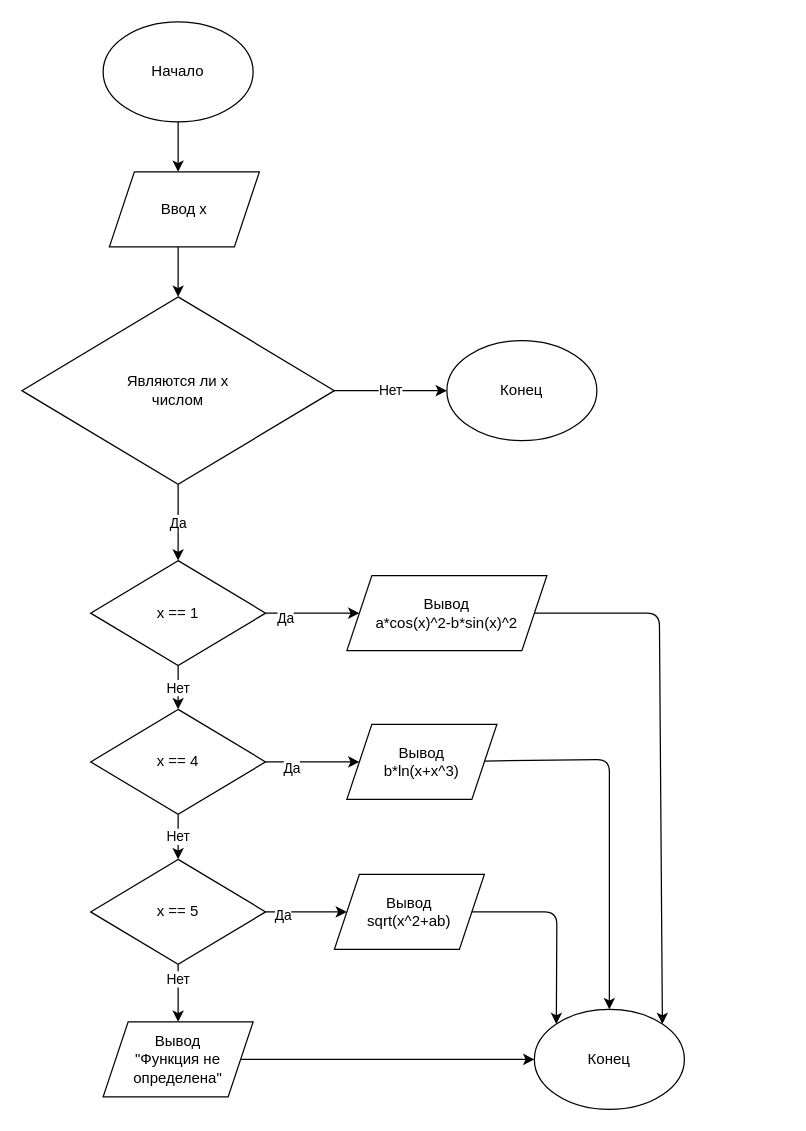
The draw.io diagram LR3/task_4.drawio in k0rshik/korshikov_pie_33_0, before the edit. Source tidied: cells renumbered, new cells numbered last; positions are measured from the earlier drawing's top-left corner, leaving out a move shared by most shapes. Both pictures are drawn from the tidied source at 125%, with x=0, y=0 at pixel (21, 21).
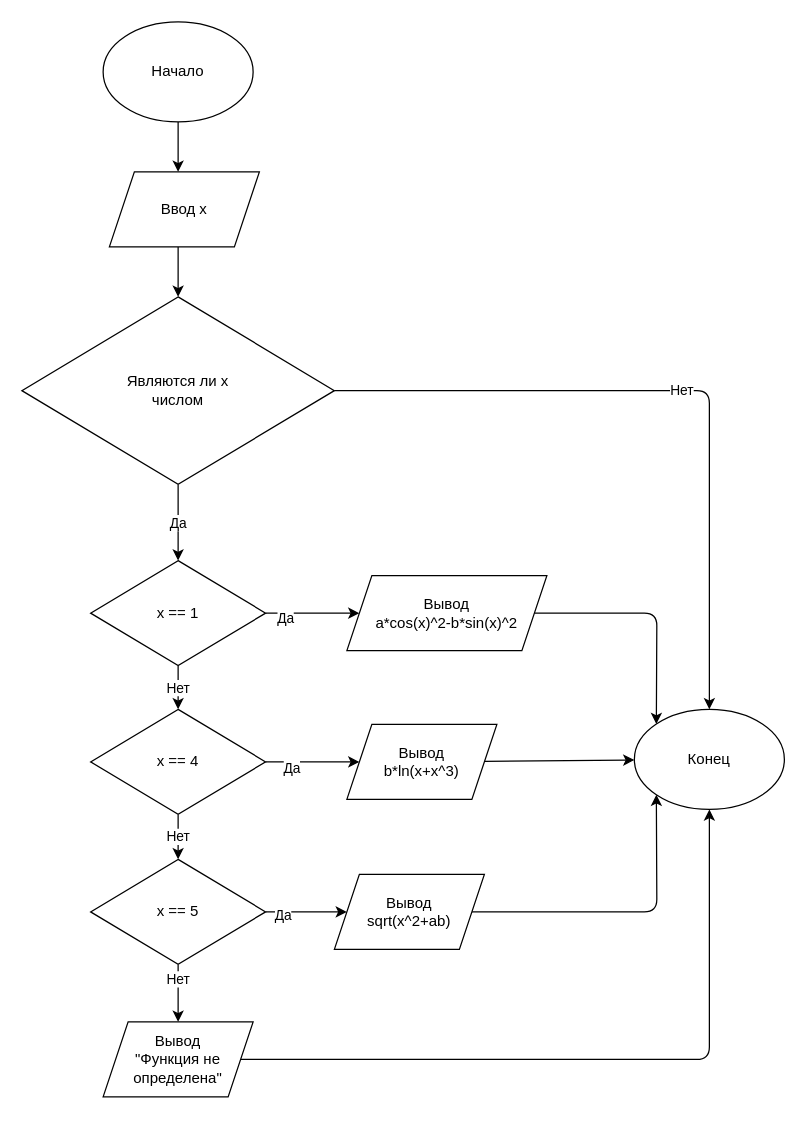
Above is the later version.

The change refers to these unchanged cells:
```xml
<mxCell id="6" value="Являются ли x&lt;br&gt;числом" style="rhombus;whiteSpace=wrap;html=1;" parent="1" vertex="1">
  <mxGeometry y="220" width="250" height="150" as="geometry" />
</mxCell>
<mxCell id="15" value="Вывод &lt;br&gt;a*cos(x)^2-b*sin(x)^2" style="shape=parallelogram;perimeter=parallelogramPerimeter;whiteSpace=wrap;html=1;fixedSize=1;" parent="1" vertex="1">
  <mxGeometry x="260" y="443" width="160" height="60" as="geometry" />
</mxCell>
<mxCell id="17" value="Вывод&lt;br&gt;sqrt(x^2+ab)" style="shape=parallelogram;perimeter=parallelogramPerimeter;whiteSpace=wrap;html=1;fixedSize=1;" parent="1" vertex="1">
  <mxGeometry x="250" y="682" width="120" height="60" as="geometry" />
</mxCell>
<mxCell id="19" value="Вывод&lt;br&gt;b*ln(x+x^3)" style="shape=parallelogram;perimeter=parallelogramPerimeter;whiteSpace=wrap;html=1;fixedSize=1;" parent="1" vertex="1">
  <mxGeometry x="260" y="562" width="120" height="60" as="geometry" />
</mxCell>
<mxCell id="30" value="Вывод&lt;br&gt;&quot;Функция не определена&quot;" style="shape=parallelogram;perimeter=parallelogramPerimeter;whiteSpace=wrap;html=1;fixedSize=1;" parent="1" vertex="1">
  <mxGeometry x="65" y="800" width="120" height="60" as="geometry" />
</mxCell>
```

Change to the diagram source:
```diff
@@
-    <mxCell id="4" value="Нет" style="edgeStyle=none;html=1;entryX=0;entryY=0.5;entryDx=0;entryDy=0;" parent="1" edge="1" source="6" target="8">
-      <mxGeometry relative="1" as="geometry" />
+    <mxCell id="4" value="Нет" style="edgeStyle=none;html=1;entryX=0.5;entryY=0;entryDx=0;entryDy=0;" parent="1" edge="1" source="6" target="31">
+      <mxGeometry relative="1" as="geometry">
+        <Array as="points">
+          <mxPoint x="550" y="295" />
+        </Array>
+      </mxGeometry>
     </mxCell>
@@
-    <mxCell id="8" value="Конец" style="ellipse;whiteSpace=wrap;html=1;" parent="1" vertex="1">
-      <mxGeometry x="340" y="255" width="120" height="80" as="geometry" />
-    </mxCell>
@@
-    <mxCell id="14" style="edgeStyle=none;html=1;entryX=1;entryY=0;entryDx=0;entryDy=0;" parent="1" edge="1" source="15" target="31">
+    <mxCell id="14" style="edgeStyle=none;html=1;entryX=0;entryY=0;entryDx=0;entryDy=0;" parent="1" edge="1" source="15" target="31">
       <mxGeometry relative="1" as="geometry">
         <Array as="points">
-          <mxPoint x="510" y="473" />
+          <mxPoint x="508" y="473" />
         </Array>
       </mxGeometry>
     </mxCell>
@@
-    <mxCell id="16" style="edgeStyle=none;html=1;entryX=0;entryY=0;entryDx=0;entryDy=0;" parent="1" edge="1" source="17" target="31">
+    <mxCell id="16" style="edgeStyle=none;html=1;entryX=0;entryY=1;entryDx=0;entryDy=0;" parent="1" edge="1" source="17" target="31">
       <mxGeometry relative="1" as="geometry">
         <Array as="points">
-          <mxPoint x="428" y="712" />
+          <mxPoint x="508" y="712" />
         </Array>
       </mxGeometry>
     </mxCell>
@@
-    <mxCell id="18" style="edgeStyle=none;html=1;entryX=0.5;entryY=0;entryDx=0;entryDy=0;" parent="1" edge="1" source="19" target="31">
-      <mxGeometry relative="1" as="geometry">
-        <Array as="points">
-          <mxPoint x="470" y="590" />
-        </Array>
-      </mxGeometry>
+    <mxCell id="18" style="edgeStyle=none;html=1;" parent="1" edge="1" source="19" target="31">
+      <mxGeometry relative="1" as="geometry" />
     </mxCell>
@@
-    <mxCell id="29" style="edgeStyle=none;html=1;entryX=0;entryY=0.5;entryDx=0;entryDy=0;" parent="1" edge="1" source="30" target="31">
-      <mxGeometry relative="1" as="geometry" />
+    <mxCell id="29" style="edgeStyle=none;html=1;entryX=0.5;entryY=1;entryDx=0;entryDy=0;" parent="1" edge="1" source="30" target="31">
+      <mxGeometry relative="1" as="geometry">
+        <Array as="points">
+          <mxPoint x="550" y="830" />
+        </Array>
+      </mxGeometry>
     </mxCell>
@@
     <mxCell id="31" value="Конец" style="ellipse;whiteSpace=wrap;html=1;" parent="1" vertex="1">
-      <mxGeometry x="410" y="790" width="120" height="80" as="geometry" />
+      <mxGeometry x="490" y="550" width="120" height="80" as="geometry" />
     </mxCell>
```
